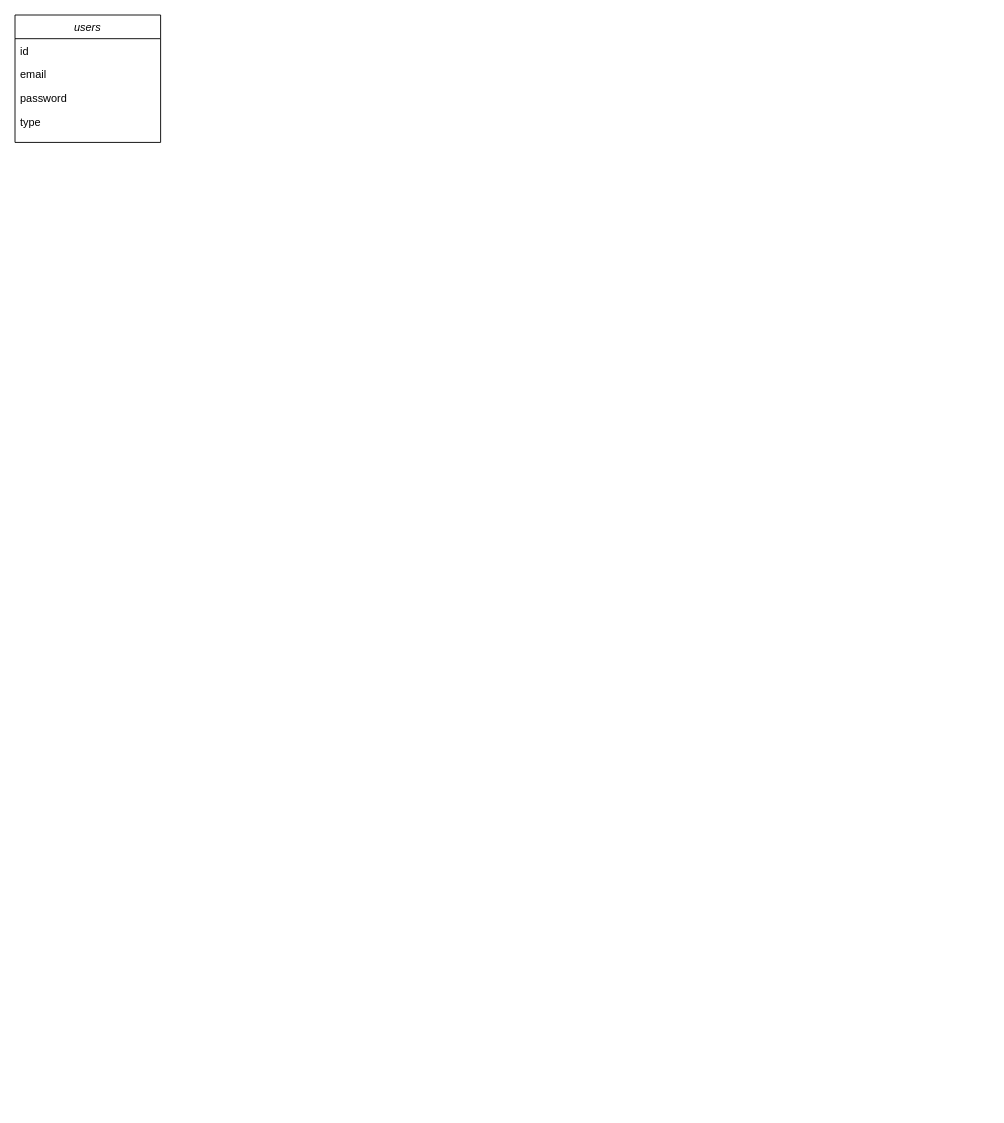
Above: page "Page-1" (1 of 2) of Untitled Diagram.drawio in bnvd26/4PROJ (draw.io), before the change. Source tidied: cells renumbered, new cells numbered last; positions are measured from the earlier drawing's top-left corner, leaving out a move shared by most shapes. Both pictures are drawn from the tidied source at 91%, with x=0, y=0 at pixel (15, 15).
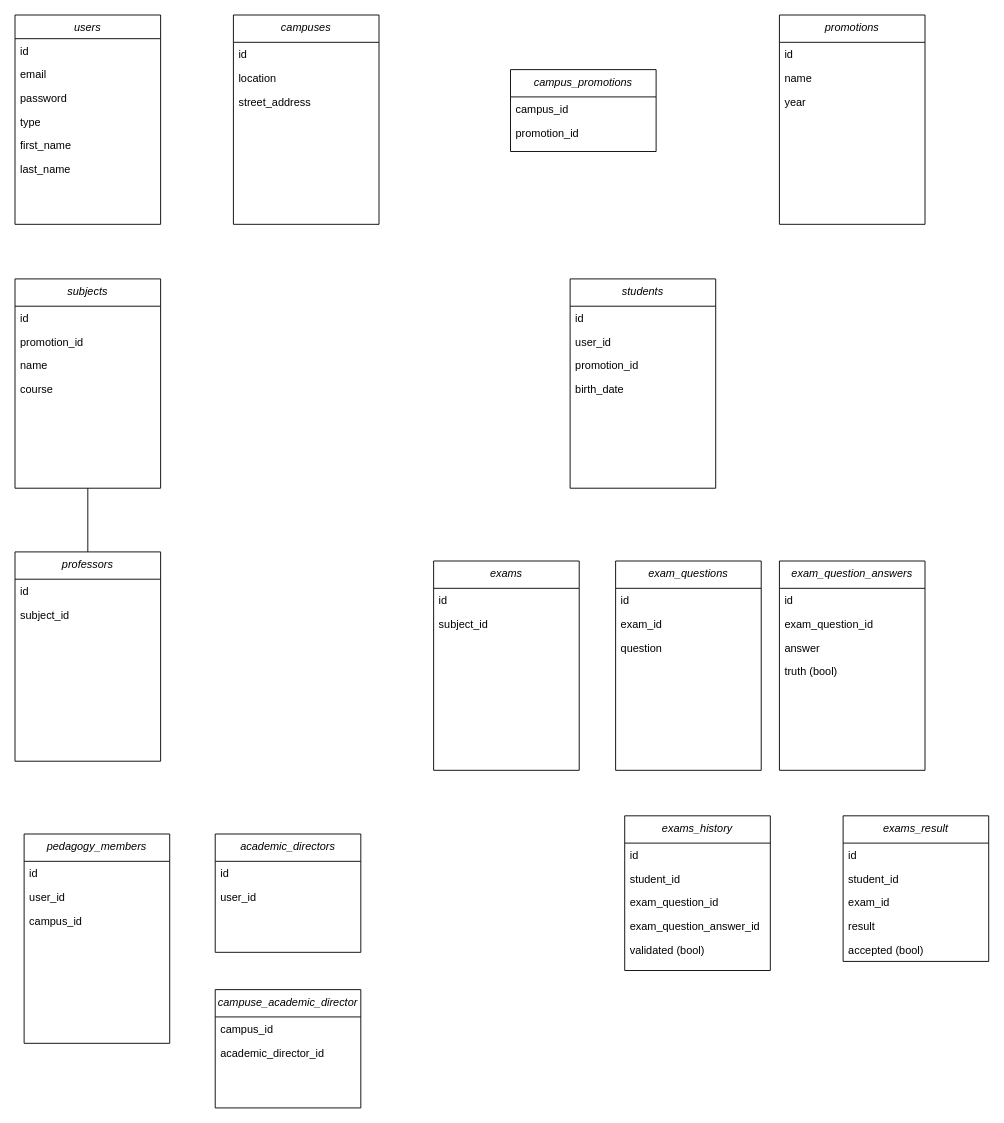
Above is the later version.

Change to the diagram source:
```diff
@@
     <mxCell id="2" value="users" style="swimlane;fontStyle=2;align=center;verticalAlign=top;horizontal=1;startSize=26;rounded=0;shadow=0;strokeWidth=1;" parent="1" vertex="1">
-      <mxGeometry width="160" height="140" as="geometry" />
+      <mxGeometry width="160" height="230" as="geometry" />
     </mxCell>
@@
+    <mxCell id="7" value="first_name" style="text;align=left;verticalAlign=top;spacingLeft=4;spacingRight=4;overflow=hidden;rounded=0;shadow=0;html=0;" parent="2" vertex="1">
+      <mxGeometry y="130" width="160" height="26" as="geometry" />
+    </mxCell>
+    <mxCell id="8" value="last_name" style="text;align=left;verticalAlign=top;spacingLeft=4;spacingRight=4;overflow=hidden;rounded=0;shadow=0;html=0;" parent="2" vertex="1">
+      <mxGeometry y="156" width="160" height="26" as="geometry" />
+    </mxCell>
+    <mxCell id="9" value="students" style="swimlane;fontStyle=2;align=center;verticalAlign=top;horizontal=1;startSize=30;rounded=0;shadow=0;strokeWidth=1;" parent="1" vertex="1">
+      <mxGeometry x="610" y="290" width="160" height="230" as="geometry" />
+    </mxCell>
+    <mxCell id="10" value="id" style="text;align=left;verticalAlign=top;spacingLeft=4;spacingRight=4;overflow=hidden;" parent="9" vertex="1">
+      <mxGeometry y="30" width="160" height="26" as="geometry" />
+    </mxCell>
+    <mxCell id="11" value="user_id" style="text;align=left;verticalAlign=top;spacingLeft=4;spacingRight=4;overflow=hidden;rounded=0;shadow=0;html=0;" parent="9" vertex="1">
+      <mxGeometry y="56" width="160" height="26" as="geometry" />
+    </mxCell>
+    <mxCell id="12" value="promotion_id" style="text;align=left;verticalAlign=top;spacingLeft=4;spacingRight=4;overflow=hidden;rounded=0;shadow=0;html=0;" parent="9" vertex="1">
+      <mxGeometry y="82" width="160" height="26" as="geometry" />
+    </mxCell>
+    <mxCell id="13" value="birth_date" style="text;align=left;verticalAlign=top;spacingLeft=4;spacingRight=4;overflow=hidden;rounded=0;shadow=0;html=0;" parent="9" vertex="1">
+      <mxGeometry y="108" width="160" height="26" as="geometry" />
+    </mxCell>
+    <mxCell id="14" value="promotions" style="swimlane;fontStyle=2;align=center;verticalAlign=top;horizontal=1;startSize=30;rounded=0;shadow=0;strokeWidth=1;" parent="1" vertex="1">
+      <mxGeometry x="840" width="160" height="230" as="geometry" />
+    </mxCell>
+    <mxCell id="15" value="id" style="text;align=left;verticalAlign=top;spacingLeft=4;spacingRight=4;overflow=hidden;" parent="14" vertex="1">
+      <mxGeometry y="30" width="160" height="26" as="geometry" />
+    </mxCell>
+    <mxCell id="16" value="name" style="text;align=left;verticalAlign=top;spacingLeft=4;spacingRight=4;overflow=hidden;rounded=0;shadow=0;html=0;" parent="14" vertex="1">
+      <mxGeometry y="56" width="160" height="26" as="geometry" />
+    </mxCell>
+    <mxCell id="17" value="year" style="text;align=left;verticalAlign=top;spacingLeft=4;spacingRight=4;overflow=hidden;rounded=0;shadow=0;html=0;" parent="14" vertex="1">
+      <mxGeometry y="82" width="160" height="26" as="geometry" />
+    </mxCell>
+    <mxCell id="18" value="subjects" style="swimlane;fontStyle=2;align=center;verticalAlign=top;horizontal=1;startSize=30;rounded=0;shadow=0;strokeWidth=1;" parent="1" vertex="1">
+      <mxGeometry y="290" width="160" height="230" as="geometry" />
+    </mxCell>
+    <mxCell id="19" value="id" style="text;align=left;verticalAlign=top;spacingLeft=4;spacingRight=4;overflow=hidden;" parent="18" vertex="1">
+      <mxGeometry y="30" width="160" height="26" as="geometry" />
+    </mxCell>
+    <mxCell id="20" value="promotion_id" style="text;align=left;verticalAlign=top;spacingLeft=4;spacingRight=4;overflow=hidden;" parent="18" vertex="1">
+      <mxGeometry y="56" width="160" height="26" as="geometry" />
+    </mxCell>
+    <mxCell id="21" value="name" style="text;align=left;verticalAlign=top;spacingLeft=4;spacingRight=4;overflow=hidden;rounded=0;shadow=0;html=0;" parent="18" vertex="1">
+      <mxGeometry y="82" width="160" height="26" as="geometry" />
+    </mxCell>
+    <mxCell id="22" value="course" style="text;align=left;verticalAlign=top;spacingLeft=4;spacingRight=4;overflow=hidden;rounded=0;shadow=0;html=0;" parent="18" vertex="1">
+      <mxGeometry y="108" width="160" height="26" as="geometry" />
+    </mxCell>
+    <mxCell id="23" style="edgeStyle=orthogonalEdgeStyle;rounded=0;jettySize=auto;html=1;exitX=0.5;exitY=0;exitDx=0;exitDy=0;entryX=0.5;entryY=1;entryDx=0;entryDy=0;endArrow=none;endFill=0;" parent="1" edge="1" source="24" target="18">
+      <mxGeometry relative="1" as="geometry" />
+    </mxCell>
+    <mxCell id="24" value="professors" style="swimlane;fontStyle=2;align=center;verticalAlign=top;horizontal=1;startSize=30;rounded=0;shadow=0;strokeWidth=1;" parent="1" vertex="1">
+      <mxGeometry y="590" width="160" height="230" as="geometry" />
+    </mxCell>
+    <mxCell id="25" value="id" style="text;align=left;verticalAlign=top;spacingLeft=4;spacingRight=4;overflow=hidden;" parent="24" vertex="1">
+      <mxGeometry y="30" width="160" height="26" as="geometry" />
+    </mxCell>
+    <mxCell id="26" value="subject_id" style="text;align=left;verticalAlign=top;spacingLeft=4;spacingRight=4;overflow=hidden;" parent="24" vertex="1">
+      <mxGeometry y="56" width="160" height="26" as="geometry" />
+    </mxCell>
+    <mxCell id="27" value="exams" style="swimlane;fontStyle=2;align=center;verticalAlign=top;horizontal=1;startSize=30;rounded=0;shadow=0;strokeWidth=1;" parent="1" vertex="1">
+      <mxGeometry x="460" y="600" width="160" height="230" as="geometry" />
+    </mxCell>
+    <mxCell id="28" value="id" style="text;align=left;verticalAlign=top;spacingLeft=4;spacingRight=4;overflow=hidden;" parent="27" vertex="1">
+      <mxGeometry y="30" width="160" height="26" as="geometry" />
+    </mxCell>
+    <mxCell id="29" value="subject_id" style="text;align=left;verticalAlign=top;spacingLeft=4;spacingRight=4;overflow=hidden;" parent="27" vertex="1">
+      <mxGeometry y="56" width="160" height="26" as="geometry" />
+    </mxCell>
+    <mxCell id="30" value="exam_questions" style="swimlane;fontStyle=2;align=center;verticalAlign=top;horizontal=1;startSize=30;rounded=0;shadow=0;strokeWidth=1;" parent="1" vertex="1">
+      <mxGeometry x="660" y="600" width="160" height="230" as="geometry" />
+    </mxCell>
+    <mxCell id="31" value="id" style="text;align=left;verticalAlign=top;spacingLeft=4;spacingRight=4;overflow=hidden;" parent="30" vertex="1">
+      <mxGeometry y="30" width="160" height="26" as="geometry" />
+    </mxCell>
+    <mxCell id="32" value="exam_id" style="text;align=left;verticalAlign=top;spacingLeft=4;spacingRight=4;overflow=hidden;" parent="30" vertex="1">
+      <mxGeometry y="56" width="160" height="26" as="geometry" />
+    </mxCell>
+    <mxCell id="33" value="question" style="text;align=left;verticalAlign=top;spacingLeft=4;spacingRight=4;overflow=hidden;" parent="30" vertex="1">
+      <mxGeometry y="82" width="160" height="26" as="geometry" />
+    </mxCell>
+    <mxCell id="34" value="exam_question_answers" style="swimlane;fontStyle=2;align=center;verticalAlign=top;horizontal=1;startSize=30;rounded=0;shadow=0;strokeWidth=1;" parent="1" vertex="1">
+      <mxGeometry x="840" y="600" width="160" height="230" as="geometry" />
+    </mxCell>
+    <mxCell id="35" value="id" style="text;align=left;verticalAlign=top;spacingLeft=4;spacingRight=4;overflow=hidden;" parent="34" vertex="1">
+      <mxGeometry y="30" width="160" height="26" as="geometry" />
+    </mxCell>
+    <mxCell id="36" value="exam_question_id" style="text;align=left;verticalAlign=top;spacingLeft=4;spacingRight=4;overflow=hidden;" parent="34" vertex="1">
+      <mxGeometry y="56" width="160" height="26" as="geometry" />
+    </mxCell>
+    <mxCell id="37" value="answer" style="text;align=left;verticalAlign=top;spacingLeft=4;spacingRight=4;overflow=hidden;" parent="34" vertex="1">
+      <mxGeometry y="82" width="160" height="26" as="geometry" />
+    </mxCell>
+    <mxCell id="38" value="truth (bool)" style="text;align=left;verticalAlign=top;spacingLeft=4;spacingRight=4;overflow=hidden;" parent="34" vertex="1">
+      <mxGeometry y="108" width="160" height="26" as="geometry" />
+    </mxCell>
+    <mxCell id="39" value="exams_history" style="swimlane;fontStyle=2;align=center;verticalAlign=top;horizontal=1;startSize=30;rounded=0;shadow=0;strokeWidth=1;" parent="1" vertex="1">
+      <mxGeometry x="670" y="880" width="160" height="170" as="geometry" />
+    </mxCell>
+    <mxCell id="40" value="id" style="text;align=left;verticalAlign=top;spacingLeft=4;spacingRight=4;overflow=hidden;" parent="39" vertex="1">
+      <mxGeometry y="30" width="160" height="26" as="geometry" />
+    </mxCell>
+    <mxCell id="41" value="student_id" style="text;align=left;verticalAlign=top;spacingLeft=4;spacingRight=4;overflow=hidden;" parent="39" vertex="1">
+      <mxGeometry y="56" width="160" height="26" as="geometry" />
+    </mxCell>
+    <mxCell id="42" value="exam_question_id" style="text;align=left;verticalAlign=top;spacingLeft=4;spacingRight=4;overflow=hidden;" parent="39" vertex="1">
+      <mxGeometry y="82" width="160" height="26" as="geometry" />
+    </mxCell>
+    <mxCell id="43" value="exam_question_answer_id" style="text;align=left;verticalAlign=top;spacingLeft=4;spacingRight=4;overflow=hidden;" parent="39" vertex="1">
+      <mxGeometry y="108" width="160" height="26" as="geometry" />
+    </mxCell>
+    <mxCell id="44" value="validated (bool)" style="text;align=left;verticalAlign=top;spacingLeft=4;spacingRight=4;overflow=hidden;" parent="39" vertex="1">
+      <mxGeometry y="134" width="160" height="26" as="geometry" />
+    </mxCell>
+    <mxCell id="45" value="exams_result" style="swimlane;fontStyle=2;align=center;verticalAlign=top;horizontal=1;startSize=30;rounded=0;shadow=0;strokeWidth=1;" parent="1" vertex="1">
+      <mxGeometry x="910" y="880" width="160" height="160" as="geometry" />
+    </mxCell>
+    <mxCell id="46" value="id" style="text;align=left;verticalAlign=top;spacingLeft=4;spacingRight=4;overflow=hidden;" parent="45" vertex="1">
+      <mxGeometry y="30" width="160" height="26" as="geometry" />
+    </mxCell>
+    <mxCell id="47" value="student_id" style="text;align=left;verticalAlign=top;spacingLeft=4;spacingRight=4;overflow=hidden;" parent="45" vertex="1">
+      <mxGeometry y="56" width="160" height="26" as="geometry" />
+    </mxCell>
+    <mxCell id="48" value="exam_id" style="text;align=left;verticalAlign=top;spacingLeft=4;spacingRight=4;overflow=hidden;" parent="45" vertex="1">
+      <mxGeometry y="82" width="160" height="26" as="geometry" />
+    </mxCell>
+    <mxCell id="49" value="result" style="text;align=left;verticalAlign=top;spacingLeft=4;spacingRight=4;overflow=hidden;" parent="45" vertex="1">
+      <mxGeometry y="108" width="160" height="26" as="geometry" />
+    </mxCell>
+    <mxCell id="50" value="accepted (bool)" style="text;align=left;verticalAlign=top;spacingLeft=4;spacingRight=4;overflow=hidden;" parent="45" vertex="1">
+      <mxGeometry y="134" width="160" height="26" as="geometry" />
+    </mxCell>
+    <mxCell id="51" value="pedagogy_members" style="swimlane;fontStyle=2;align=center;verticalAlign=top;horizontal=1;startSize=30;rounded=0;shadow=0;strokeWidth=1;" parent="1" vertex="1">
+      <mxGeometry x="10" y="900" width="160" height="230" as="geometry" />
+    </mxCell>
+    <mxCell id="52" value="id" style="text;align=left;verticalAlign=top;spacingLeft=4;spacingRight=4;overflow=hidden;" parent="51" vertex="1">
+      <mxGeometry y="30" width="160" height="26" as="geometry" />
+    </mxCell>
+    <mxCell id="53" value="user_id" style="text;align=left;verticalAlign=top;spacingLeft=4;spacingRight=4;overflow=hidden;" parent="51" vertex="1">
+      <mxGeometry y="56" width="160" height="26" as="geometry" />
+    </mxCell>
+    <mxCell id="54" value="campus_id" style="text;align=left;verticalAlign=top;spacingLeft=4;spacingRight=4;overflow=hidden;" parent="51" vertex="1">
+      <mxGeometry y="82" width="160" height="26" as="geometry" />
+    </mxCell>
+    <mxCell id="55" value="campuses" style="swimlane;fontStyle=2;align=center;verticalAlign=top;horizontal=1;startSize=30;rounded=0;shadow=0;strokeWidth=1;" parent="1" vertex="1">
+      <mxGeometry x="240" width="160" height="230" as="geometry" />
+    </mxCell>
+    <mxCell id="56" value="id" style="text;align=left;verticalAlign=top;spacingLeft=4;spacingRight=4;overflow=hidden;" parent="55" vertex="1">
+      <mxGeometry y="30" width="160" height="26" as="geometry" />
+    </mxCell>
+    <mxCell id="57" value="location" style="text;align=left;verticalAlign=top;spacingLeft=4;spacingRight=4;overflow=hidden;rounded=0;shadow=0;html=0;" parent="55" vertex="1">
+      <mxGeometry y="56" width="160" height="26" as="geometry" />
+    </mxCell>
+    <mxCell id="58" value="street_address" style="text;align=left;verticalAlign=top;spacingLeft=4;spacingRight=4;overflow=hidden;rounded=0;shadow=0;html=0;" parent="55" vertex="1">
+      <mxGeometry y="82" width="160" height="26" as="geometry" />
+    </mxCell>
+    <mxCell id="59" value="campus_promotions" style="swimlane;fontStyle=2;align=center;verticalAlign=top;horizontal=1;startSize=30;rounded=0;shadow=0;strokeWidth=1;" parent="1" vertex="1">
+      <mxGeometry x="544.5" y="60" width="160" height="90" as="geometry" />
+    </mxCell>
+    <mxCell id="60" value="campus_id" style="text;align=left;verticalAlign=top;spacingLeft=4;spacingRight=4;overflow=hidden;" parent="59" vertex="1">
+      <mxGeometry y="30" width="160" height="26" as="geometry" />
+    </mxCell>
+    <mxCell id="61" value="promotion_id" style="text;align=left;verticalAlign=top;spacingLeft=4;spacingRight=4;overflow=hidden;rounded=0;shadow=0;html=0;" parent="59" vertex="1">
+      <mxGeometry y="56" width="160" height="26" as="geometry" />
+    </mxCell>
+    <mxCell id="62" value="academic_directors" style="swimlane;fontStyle=2;align=center;verticalAlign=top;horizontal=1;startSize=30;rounded=0;shadow=0;strokeWidth=1;" parent="1" vertex="1">
+      <mxGeometry x="220" y="900" width="160" height="130" as="geometry" />
+    </mxCell>
+    <mxCell id="63" value="id" style="text;align=left;verticalAlign=top;spacingLeft=4;spacingRight=4;overflow=hidden;" parent="62" vertex="1">
+      <mxGeometry y="30" width="160" height="26" as="geometry" />
+    </mxCell>
+    <mxCell id="64" value="user_id" style="text;align=left;verticalAlign=top;spacingLeft=4;spacingRight=4;overflow=hidden;" parent="62" vertex="1">
+      <mxGeometry y="56" width="160" height="26" as="geometry" />
+    </mxCell>
+    <mxCell id="65" value="campuse_academic_director" style="swimlane;fontStyle=2;align=center;verticalAlign=top;horizontal=1;startSize=30;rounded=0;shadow=0;strokeWidth=1;" parent="1" vertex="1">
+      <mxGeometry x="220" y="1071" width="160" height="130" as="geometry" />
+    </mxCell>
+    <mxCell id="66" value="campus_id" style="text;align=left;verticalAlign=top;spacingLeft=4;spacingRight=4;overflow=hidden;" parent="65" vertex="1">
+      <mxGeometry y="30" width="160" height="26" as="geometry" />
+    </mxCell>
+    <mxCell id="67" value="academic_director_id" style="text;align=left;verticalAlign=top;spacingLeft=4;spacingRight=4;overflow=hidden;" parent="65" vertex="1">
+      <mxGeometry y="56" width="160" height="26" as="geometry" />
+    </mxCell>
```
